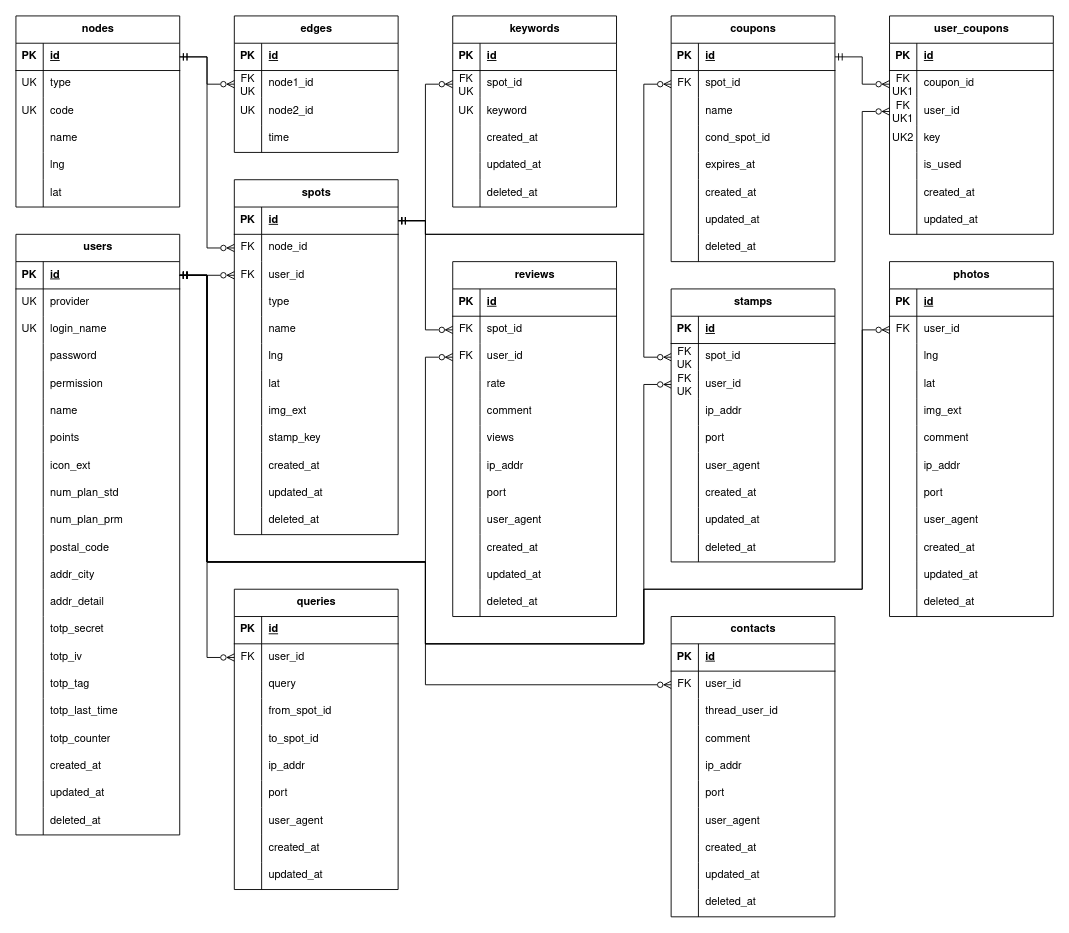
Before: docs/figure/gaibu-er.drawio in r02092/se2025, a draw.io diagram. Source tidied: cells renumbered, new cells numbered last; positions are measured from the earlier drawing's top-left corner, leaving out a move shared by most shapes. Both pictures are drawn from the tidied source at 91%, with x=0, y=0 at pixel (15, 15).
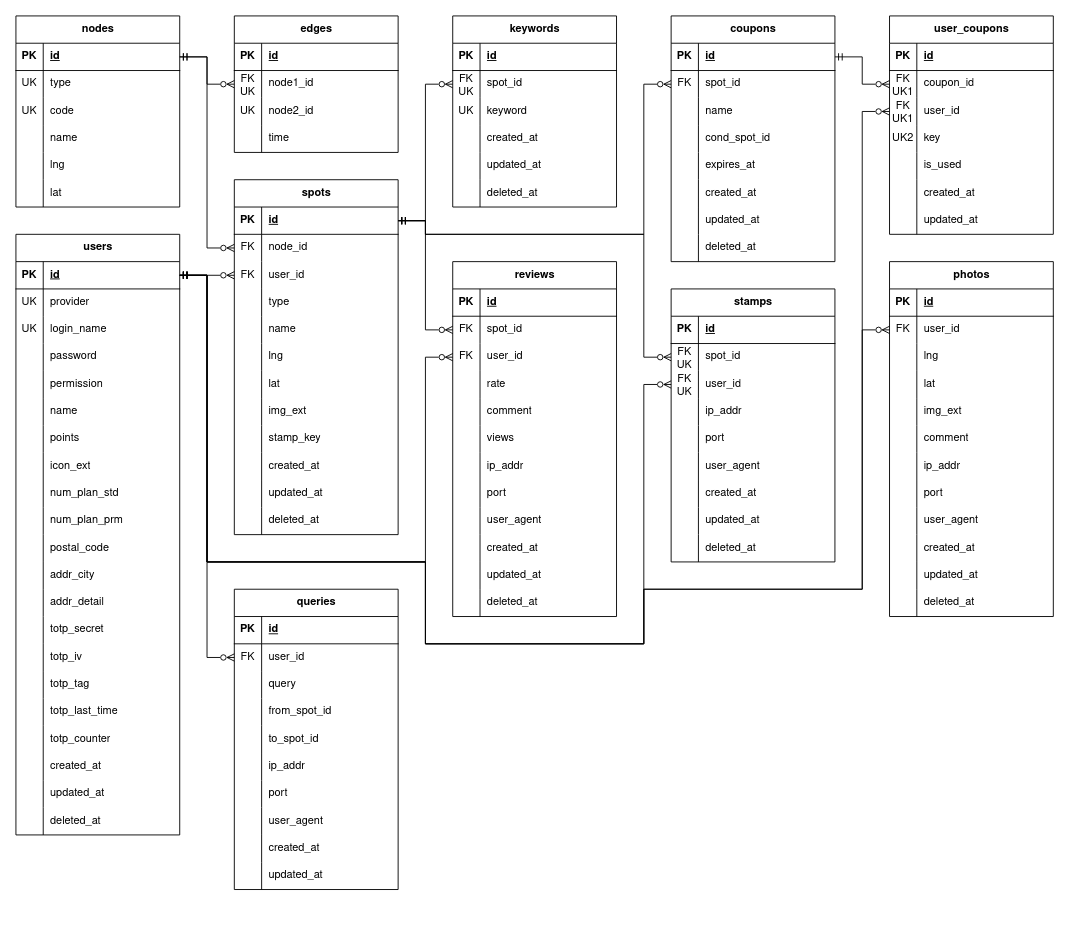
The same diagram, later.

The change refers to these unchanged cells:
```xml
<mxCell id="74" style="shape=tableRow;horizontal=0;startSize=0;swimlaneHead=0;swimlaneBody=0;fillColor=none;points=[[0,0.5],[1,0.5]];portConstraint=eastwest;top=0;left=0;right=0;bottom=1;fontFamily=Nimbus Sans;" parent="73" vertex="1">
  <mxGeometry y="30" width="180" height="30" as="geometry" />
</mxCell>
```

The edit, as a diff of the source:
```diff
@@
-    <mxCell id="337" value="contacts" style="shape=table;startSize=30;childLayout=tableLayout;rowLines=0;fontStyle=1;align=center;html=1;fontFamily=Nimbus Sans;" parent="1" vertex="1">
-      <mxGeometry x="720" y="660" width="180" height="330" as="geometry" />
-    </mxCell>
-    <mxCell id="338" style="shape=tableRow;horizontal=0;startSize=0;swimlaneHead=0;swimlaneBody=0;fillColor=none;top=0;left=0;right=0;bottom=1;fontFamily=Nimbus Sans;" parent="337" vertex="1">
-      <mxGeometry y="30" width="180" height="30" as="geometry" />
-    </mxCell>
-    <mxCell id="339" value="PK" style="shape=partialRectangle;fillColor=none;top=0;left=0;bottom=0;right=0;fontStyle=1;overflow=hidden;whiteSpace=wrap;html=1;fontFamily=Nimbus Sans;" parent="338" vertex="1">
-      <mxGeometry width="30" height="30" as="geometry" />
-    </mxCell>
-    <mxCell id="340" value="id" style="shape=partialRectangle;fillColor=none;top=0;left=0;bottom=0;right=0;align=left;spacingLeft=6;fontStyle=5;overflow=hidden;whiteSpace=wrap;html=1;fontFamily=Nimbus Sans;" parent="338" vertex="1">
-      <mxGeometry x="30" width="150" height="30" as="geometry" />
-    </mxCell>
-    <mxCell id="341" style="shape=tableRow;horizontal=0;startSize=0;swimlaneHead=0;swimlaneBody=0;fillColor=none;points=[[0,0.5],[1,0.5]];portConstraint=eastwest;top=0;left=0;right=0;bottom=0;fontFamily=Nimbus Sans;" parent="337" vertex="1">
-      <mxGeometry y="60" width="180" height="30" as="geometry" />
-    </mxCell>
-    <mxCell id="342" value="FK" style="shape=partialRectangle;fillColor=none;top=0;left=0;bottom=0;right=0;overflow=hidden;whiteSpace=wrap;html=1;fontFamily=Nimbus Sans;" parent="341" vertex="1">
-      <mxGeometry width="30" height="30" as="geometry" />
-    </mxCell>
-    <mxCell id="343" value="user_id" style="shape=partialRectangle;fillColor=none;top=0;left=0;bottom=0;right=0;align=left;spacingLeft=6;overflow=hidden;whiteSpace=wrap;html=1;fontFamily=Nimbus Sans;" parent="341" vertex="1">
-      <mxGeometry x="30" width="150" height="30" as="geometry" />
-    </mxCell>
-    <mxCell id="344" style="shape=tableRow;horizontal=0;startSize=0;swimlaneHead=0;swimlaneBody=0;fillColor=none;top=0;left=0;right=0;bottom=0;fontFamily=Nimbus Sans;" parent="337" vertex="1">
-      <mxGeometry y="90" width="180" height="30" as="geometry" />
-    </mxCell>
-    <mxCell id="345" style="shape=partialRectangle;fillColor=none;top=0;left=0;bottom=0;right=0;overflow=hidden;whiteSpace=wrap;html=1;fontFamily=Nimbus Sans;" parent="344" vertex="1">
-      <mxGeometry width="30" height="30" as="geometry" />
-    </mxCell>
-    <mxCell id="346" value="&lt;span class=&quot;HwtZe&quot; lang=&quot;en&quot;&gt;&lt;span class=&quot;jCAhz ChMk0b C1N51c&quot;&gt;&lt;span class=&quot;ryNqvb&quot;&gt;thread&lt;/span&gt;&lt;/span&gt;&lt;/span&gt;_user_id" style="shape=partialRectangle;fillColor=none;top=0;left=0;bottom=0;right=0;align=left;spacingLeft=6;overflow=hidden;whiteSpace=wrap;html=1;fontFamily=Nimbus Sans;" parent="344" vertex="1">
-      <mxGeometry x="30" width="150" height="30" as="geometry" />
-    </mxCell>
-    <mxCell id="347" style="shape=tableRow;horizontal=0;startSize=0;swimlaneHead=0;swimlaneBody=0;fillColor=none;top=0;left=0;right=0;bottom=0;fontFamily=Nimbus Sans;" parent="337" vertex="1">
-      <mxGeometry y="120" width="180" height="30" as="geometry" />
-    </mxCell>
-    <mxCell id="348" style="shape=partialRectangle;fillColor=none;top=0;left=0;bottom=0;right=0;overflow=hidden;whiteSpace=wrap;html=1;fontFamily=Nimbus Sans;" parent="347" vertex="1">
-      <mxGeometry width="30" height="30" as="geometry" />
-    </mxCell>
-    <mxCell id="349" value="comment" style="shape=partialRectangle;fillColor=none;top=0;left=0;bottom=0;right=0;align=left;spacingLeft=6;overflow=hidden;whiteSpace=wrap;html=1;fontFamily=Nimbus Sans;" parent="347" vertex="1">
-      <mxGeometry x="30" width="150" height="30" as="geometry" />
-    </mxCell>
-    <mxCell id="350" style="shape=tableRow;horizontal=0;startSize=0;swimlaneHead=0;swimlaneBody=0;fillColor=none;top=0;left=0;right=0;bottom=0;fontFamily=Nimbus Sans;" parent="337" vertex="1">
-      <mxGeometry y="150" width="180" height="30" as="geometry" />
-    </mxCell>
-    <mxCell id="351" style="shape=partialRectangle;fillColor=none;top=0;left=0;bottom=0;right=0;overflow=hidden;whiteSpace=wrap;html=1;fontFamily=Nimbus Sans;" parent="350" vertex="1">
-      <mxGeometry width="30" height="30" as="geometry" />
-    </mxCell>
-    <mxCell id="352" value="ip_addr" style="shape=partialRectangle;fillColor=none;top=0;left=0;bottom=0;right=0;align=left;spacingLeft=6;overflow=hidden;whiteSpace=wrap;html=1;fontFamily=Nimbus Sans;" parent="350" vertex="1">
-      <mxGeometry x="30" width="150" height="30" as="geometry" />
-    </mxCell>
-    <mxCell id="353" style="shape=tableRow;horizontal=0;startSize=0;swimlaneHead=0;swimlaneBody=0;fillColor=none;top=0;left=0;right=0;bottom=0;fontFamily=Nimbus Sans;" parent="337" vertex="1">
-      <mxGeometry y="180" width="180" height="30" as="geometry" />
-    </mxCell>
-    <mxCell id="354" style="shape=partialRectangle;fillColor=none;top=0;left=0;bottom=0;right=0;overflow=hidden;whiteSpace=wrap;html=1;fontFamily=Nimbus Sans;" parent="353" vertex="1">
-      <mxGeometry width="30" height="30" as="geometry" />
-    </mxCell>
-    <mxCell id="355" value="port" style="shape=partialRectangle;fillColor=none;top=0;left=0;bottom=0;right=0;align=left;spacingLeft=6;overflow=hidden;whiteSpace=wrap;html=1;fontFamily=Nimbus Sans;" parent="353" vertex="1">
-      <mxGeometry x="30" width="150" height="30" as="geometry" />
-    </mxCell>
-    <mxCell id="356" style="shape=tableRow;horizontal=0;startSize=0;swimlaneHead=0;swimlaneBody=0;fillColor=none;top=0;left=0;right=0;bottom=0;fontFamily=Nimbus Sans;" parent="337" vertex="1">
-      <mxGeometry y="210" width="180" height="30" as="geometry" />
-    </mxCell>
-    <mxCell id="357" style="shape=partialRectangle;fillColor=none;top=0;left=0;bottom=0;right=0;overflow=hidden;whiteSpace=wrap;html=1;fontFamily=Nimbus Sans;" parent="356" vertex="1">
-      <mxGeometry width="30" height="30" as="geometry" />
-    </mxCell>
-    <mxCell id="358" value="user_agent" style="shape=partialRectangle;fillColor=none;top=0;left=0;bottom=0;right=0;align=left;spacingLeft=6;overflow=hidden;whiteSpace=wrap;html=1;fontFamily=Nimbus Sans;" parent="356" vertex="1">
-      <mxGeometry x="30" width="150" height="30" as="geometry" />
-    </mxCell>
-    <mxCell id="359" style="shape=tableRow;horizontal=0;startSize=0;swimlaneHead=0;swimlaneBody=0;fillColor=none;top=0;left=0;right=0;bottom=0;fontFamily=Nimbus Sans;" parent="337" vertex="1">
-      <mxGeometry y="240" width="180" height="30" as="geometry" />
-    </mxCell>
-    <mxCell id="360" style="shape=partialRectangle;fillColor=none;top=0;left=0;bottom=0;right=0;overflow=hidden;whiteSpace=wrap;html=1;fontFamily=Nimbus Sans;" parent="359" vertex="1">
-      <mxGeometry width="30" height="30" as="geometry" />
-    </mxCell>
-    <mxCell id="361" value="created_at" style="shape=partialRectangle;fillColor=none;top=0;left=0;bottom=0;right=0;align=left;spacingLeft=6;overflow=hidden;whiteSpace=wrap;html=1;fontFamily=Nimbus Sans;" parent="359" vertex="1">
-      <mxGeometry x="30" width="150" height="30" as="geometry" />
-    </mxCell>
-    <mxCell id="362" style="shape=tableRow;horizontal=0;startSize=0;swimlaneHead=0;swimlaneBody=0;fillColor=none;top=0;left=0;right=0;bottom=0;fontFamily=Nimbus Sans;" parent="337" vertex="1">
-      <mxGeometry y="270" width="180" height="30" as="geometry" />
-    </mxCell>
-    <mxCell id="363" style="shape=partialRectangle;fillColor=none;top=0;left=0;bottom=0;right=0;overflow=hidden;whiteSpace=wrap;html=1;fontFamily=Nimbus Sans;" parent="362" vertex="1">
-      <mxGeometry width="30" height="30" as="geometry" />
-    </mxCell>
-    <mxCell id="364" value="updated_at" style="shape=partialRectangle;fillColor=none;top=0;left=0;bottom=0;right=0;align=left;spacingLeft=6;overflow=hidden;whiteSpace=wrap;html=1;fontFamily=Nimbus Sans;" parent="362" vertex="1">
-      <mxGeometry x="30" width="150" height="30" as="geometry" />
-    </mxCell>
-    <mxCell id="365" style="shape=tableRow;horizontal=0;startSize=0;swimlaneHead=0;swimlaneBody=0;fillColor=none;top=0;left=0;right=0;bottom=0;fontFamily=Nimbus Sans;" parent="337" vertex="1">
-      <mxGeometry y="300" width="180" height="30" as="geometry" />
-    </mxCell>
-    <mxCell id="366" style="shape=partialRectangle;fillColor=none;top=0;left=0;bottom=0;right=0;overflow=hidden;whiteSpace=wrap;html=1;fontFamily=Nimbus Sans;" parent="365" vertex="1">
-      <mxGeometry width="30" height="30" as="geometry" />
-    </mxCell>
-    <mxCell id="367" value="deleted_at" style="shape=partialRectangle;fillColor=none;top=0;left=0;bottom=0;right=0;align=left;spacingLeft=6;overflow=hidden;whiteSpace=wrap;html=1;fontFamily=Nimbus Sans;" parent="365" vertex="1">
-      <mxGeometry x="30" width="150" height="30" as="geometry" />
-    </mxCell>
@@
-    <mxCell id="375" style="edgeStyle=orthogonalEdgeStyle;rounded=0;jettySize=auto;html=1;exitX=1;exitY=0.5;exitDx=0;exitDy=0;entryX=0;entryY=0.5;entryDx=0;entryDy=0;startArrow=ERmandOne;startFill=0;endArrow=ERzeroToMany;endFill=0;" parent="1" edge="1" source="74" target="341">
-      <mxGeometry relative="1" as="geometry">
-        <Array as="points">
-          <mxPoint x="210" y="285" />
-          <mxPoint x="210" y="600" />
-          <mxPoint x="450" y="600" />
-          <mxPoint x="450" y="735" />
-        </Array>
-      </mxGeometry>
-    </mxCell>
```
